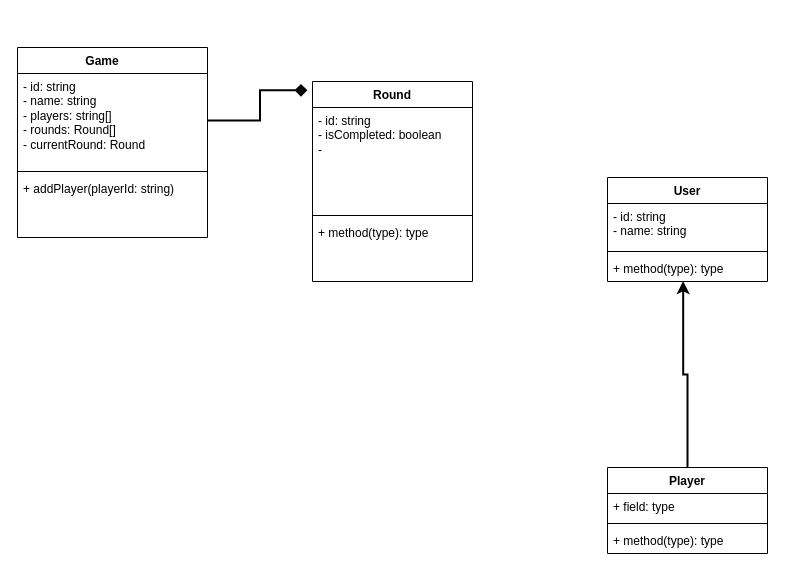
Above: planningwithpoker.drawio in pashyaaa/planningwithpoker (draw.io), before the change. Source tidied: cells renumbered, new cells numbered last; positions are measured from the earlier drawing's top-left corner, leaving out a move shared by most shapes. Both pictures are drawn from the tidied source at 100%, with x=0, y=0 at pixel (17, 47).
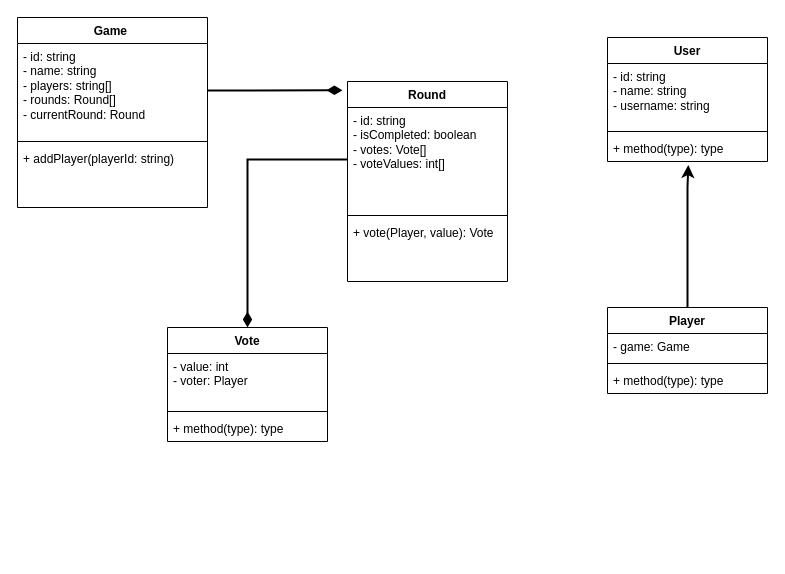
The same page after the edit.

Commit message:
updated class diagram

The change refers to these unchanged cells:
```xml
<mxCell id="3" value="- id: string&lt;br&gt;- name: string&lt;br&gt;- players: string[]&lt;br&gt;- rounds: Round[]&lt;br&gt;- currentRound: Round" style="text;strokeColor=none;fillColor=none;align=left;verticalAlign=top;spacingLeft=4;spacingRight=4;overflow=hidden;points=[[0,0.5],[1,0.5]];portConstraint=eastwest;whiteSpace=wrap;html=1;" parent="2" vertex="1">
  <mxGeometry y="26" width="190" height="94" as="geometry" />
</mxCell>
```

What changed in the source:
```diff
@@
-    <mxCell id="2" value="Game&lt;span style=&quot;white-space: pre;&quot;&gt;&#9;&lt;/span&gt;" style="swimlane;fontStyle=1;align=center;verticalAlign=top;horizontal=1;startSize=26;whiteSpace=wrap;html=1;" parent="1" vertex="1">
-      <mxGeometry width="190" height="190" as="geometry" />
+    <mxCell id="2" value="Game&lt;span style=&quot;white-space: pre;&quot;&gt; &lt;/span&gt;" style="swimlane;fontStyle=1;align=center;verticalAlign=top;horizontal=1;startSize=26;whiteSpace=wrap;html=1;" parent="1" vertex="1">
+      <mxGeometry y="-30" width="190" height="190" as="geometry" />
     </mxCell>
@@
     <mxCell id="6" value="User" style="swimlane;fontStyle=1;align=center;verticalAlign=top;horizontal=1;startSize=26;whiteSpace=wrap;html=1;" parent="1" vertex="1">
-      <mxGeometry x="590" y="130" width="160" height="104" as="geometry" />
+      <mxGeometry x="590" y="-10" width="160" height="124" as="geometry" />
     </mxCell>
-    <mxCell id="7" value="- id: string&lt;br&gt;- name: string&lt;br&gt;" style="text;strokeColor=none;fillColor=none;align=left;verticalAlign=top;spacingLeft=4;spacingRight=4;overflow=hidden;whiteSpace=wrap;html=1;" parent="6" vertex="1">
-      <mxGeometry y="26" width="160" height="44" as="geometry" />
+    <mxCell id="7" value="- id: string&lt;br&gt;- name: string&lt;br&gt;- username: string&lt;br&gt;" style="text;strokeColor=none;fillColor=none;align=left;verticalAlign=top;spacingLeft=4;spacingRight=4;overflow=hidden;whiteSpace=wrap;html=1;" parent="6" vertex="1">
+      <mxGeometry y="26" width="160" height="64" as="geometry" />
     </mxCell>
     <mxCell id="8" style="line;strokeWidth=1;fillColor=none;align=left;verticalAlign=middle;spacingTop=-1;spacingLeft=3;spacingRight=3;labelPosition=right;strokeColor=inherit;" parent="6" vertex="1">
-      <mxGeometry y="70" width="160" height="8" as="geometry" />
+      <mxGeometry y="90" width="160" height="8" as="geometry" />
     </mxCell>
     <mxCell id="9" value="+ method(type): type" style="text;strokeColor=none;fillColor=none;align=left;verticalAlign=top;spacingLeft=4;spacingRight=4;overflow=hidden;points=[[0,0.5],[1,0.5]];portConstraint=eastwest;whiteSpace=wrap;html=1;" parent="6" vertex="1">
-      <mxGeometry y="78" width="160" height="26" as="geometry" />
+      <mxGeometry y="98" width="160" height="26" as="geometry" />
     </mxCell>
-    <mxCell id="10" style="edgeStyle=orthogonalEdgeStyle;rounded=0;jettySize=auto;html=1;entryX=0.473;entryY=0.985;entryDx=0;entryDy=0;entryPerimeter=0;endArrow=classic;endFill=1;strokeWidth=2;endSize=7;" parent="1" edge="1" source="11" target="9">
-      <mxGeometry relative="1" as="geometry" />
+    <mxCell id="10" style="edgeStyle=orthogonalEdgeStyle;rounded=0;jettySize=auto;html=1;endArrow=classic;endFill=1;strokeWidth=2;endSize=7;entryX=0.505;entryY=1.131;entryDx=0;entryDy=0;entryPerimeter=0;exitX=0.5;exitY=0;exitDx=0;exitDy=0;" parent="1" edge="1" source="11" target="9">
+      <mxGeometry relative="1" as="geometry">
+        <Array as="points">
+          <mxPoint x="670" y="140" />
+        </Array>
+      </mxGeometry>
     </mxCell>
     <mxCell id="11" value="Player" style="swimlane;fontStyle=1;align=center;verticalAlign=top;horizontal=1;startSize=26;whiteSpace=wrap;html=1;" parent="1" vertex="1">
-      <mxGeometry x="590" y="420" width="160" height="86" as="geometry" />
+      <mxGeometry x="590" y="260" width="160" height="86" as="geometry" />
     </mxCell>
-    <mxCell id="12" value="+ field: type" style="text;strokeColor=none;fillColor=none;align=left;verticalAlign=top;spacingLeft=4;spacingRight=4;overflow=hidden;whiteSpace=wrap;html=1;" parent="11" vertex="1">
+    <mxCell id="12" value="- game: Game" style="text;strokeColor=none;fillColor=none;align=left;verticalAlign=top;spacingLeft=4;spacingRight=4;overflow=hidden;whiteSpace=wrap;html=1;" parent="11" vertex="1">
       <mxGeometry y="26" width="160" height="26" as="geometry" />
     </mxCell>
@@
     <mxCell id="15" value="Round" style="swimlane;fontStyle=1;align=center;verticalAlign=top;horizontal=1;startSize=26;whiteSpace=wrap;html=1;" parent="1" vertex="1">
-      <mxGeometry x="295" y="34" width="160" height="200" as="geometry" />
+      <mxGeometry x="330" y="34" width="160" height="200" as="geometry" />
     </mxCell>
-    <mxCell id="16" value="- id: string&lt;br&gt;- isCompleted: boolean&lt;br&gt;-&amp;nbsp;" style="text;strokeColor=none;fillColor=none;align=left;verticalAlign=top;spacingLeft=4;spacingRight=4;overflow=hidden;points=[[0,0.5],[1,0.5]];portConstraint=eastwest;whiteSpace=wrap;html=1;" parent="15" vertex="1">
+    <mxCell id="16" value="- id: string&lt;br&gt;- isCompleted: boolean&lt;br&gt;- votes: Vote[]&lt;br&gt;- voteValues: int[]" style="text;strokeColor=none;fillColor=none;align=left;verticalAlign=top;spacingLeft=4;spacingRight=4;overflow=hidden;points=[[0,0.5],[1,0.5]];portConstraint=eastwest;whiteSpace=wrap;html=1;" parent="15" vertex="1">
       <mxGeometry y="26" width="160" height="104" as="geometry" />
     </mxCell>
@@
-    <mxCell id="18" value="+ method(type): type" style="text;strokeColor=none;fillColor=none;align=left;verticalAlign=top;spacingLeft=4;spacingRight=4;overflow=hidden;whiteSpace=wrap;html=1;" parent="15" vertex="1">
+    <mxCell id="18" value="+ vote(Player, value): Vote" style="text;strokeColor=none;fillColor=none;align=left;verticalAlign=top;spacingLeft=4;spacingRight=4;overflow=hidden;whiteSpace=wrap;html=1;" parent="15" vertex="1">
       <mxGeometry y="138" width="160" height="62" as="geometry" />
     </mxCell>
-    <mxCell id="19" style="edgeStyle=orthogonalEdgeStyle;rounded=0;jettySize=auto;html=1;exitX=1;exitY=0.5;exitDx=0;exitDy=0;entryX=-0.032;entryY=0.044;entryDx=0;entryDy=0;entryPerimeter=0;strokeWidth=2;endArrow=diamond;endFill=1;endSize=8;" parent="1" edge="1" source="3" target="15">
-      <mxGeometry relative="1" as="geometry" />
+    <mxCell id="19" style="edgeStyle=orthogonalEdgeStyle;rounded=0;jettySize=auto;html=1;exitX=1;exitY=0.5;exitDx=0;exitDy=0;entryX=-0.032;entryY=0.044;entryDx=0;entryDy=0;entryPerimeter=0;strokeWidth=2;endArrow=diamondThin;endFill=1;endSize=10;" parent="1" edge="1" source="3" target="15">
+      <mxGeometry relative="1" as="geometry">
+        <Array as="points">
+          <mxPoint x="190" y="43" />
+        </Array>
+      </mxGeometry>
     </mxCell>
+    <mxCell id="20" value="Vote" style="swimlane;fontStyle=1;align=center;verticalAlign=top;horizontal=1;startSize=26;whiteSpace=wrap;html=1;" parent="1" vertex="1">
+      <mxGeometry x="150" y="280" width="160" height="114" as="geometry" />
+    </mxCell>
+    <mxCell id="21" value="- value: int&lt;br&gt;- voter: Player" style="text;strokeColor=none;fillColor=none;align=left;verticalAlign=top;spacingLeft=4;spacingRight=4;overflow=hidden;whiteSpace=wrap;html=1;" parent="20" vertex="1">
+      <mxGeometry y="26" width="160" height="54" as="geometry" />
+    </mxCell>
+    <mxCell id="22" style="line;strokeWidth=1;fillColor=none;align=left;verticalAlign=middle;spacingTop=-1;spacingLeft=3;spacingRight=3;labelPosition=right;strokeColor=inherit;" parent="20" vertex="1">
+      <mxGeometry y="80" width="160" height="8" as="geometry" />
+    </mxCell>
+    <mxCell id="23" value="+ method(type): type" style="text;strokeColor=none;fillColor=none;align=left;verticalAlign=top;spacingLeft=4;spacingRight=4;overflow=hidden;whiteSpace=wrap;html=1;" parent="20" vertex="1">
+      <mxGeometry y="88" width="160" height="26" as="geometry" />
+    </mxCell>
+    <mxCell id="24" style="edgeStyle=orthogonalEdgeStyle;rounded=0;jettySize=auto;html=1;entryX=0.5;entryY=0;entryDx=0;entryDy=0;endArrow=diamondThin;endFill=1;strokeWidth=2;endSize=10;" parent="1" edge="1" source="16" target="20">
+      <mxGeometry relative="1" as="geometry" />
+    </mxCell>
```
